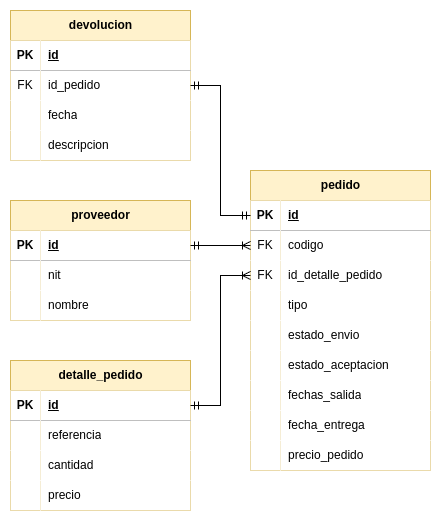
The draw.io diagram Diagramas/DB/Pedidos.png in Gilgamesh06/Ecommerce, before a commit. Source tidied: cells renumbered, new cells last; positions are measured from the earlier drawing's top-left corner, leaving out a move shared by most shapes.
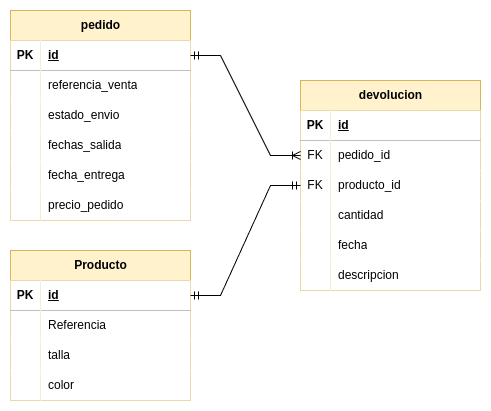
After the commit.

Change to the diagram source:
```diff
@@ -2,38 +2,8 @@
   <root>
     <mxCell id="0" />
     <mxCell id="1" parent="0" />
-    <mxCell id="2" value="proveedor" style="shape=table;startSize=30;rowLines=0;fontStyle=1;align=center;html=1;fillColor=#fff2cc;strokeColor=#d6b656;" parent="1" vertex="1">
-      <mxGeometry y="190" width="180" height="120" as="geometry" />
-    </mxCell>
-    <mxCell id="3" style="shape=tableRow;horizontal=0;startSize=0;swimlaneHead=0;swimlaneBody=0;fillColor=none;points=[[0,0.5],[1,0.5]];portConstraint=eastwest;top=0;left=0;right=0;bottom=1;" parent="2" vertex="1">
-      <mxGeometry y="30" width="180" height="30" as="geometry" />
-    </mxCell>
-    <mxCell id="4" value="PK" style="shape=partialRectangle;top=0;left=0;bottom=0;right=0;fontStyle=1;overflow=hidden;whiteSpace=wrap;html=1;" parent="3" vertex="1">
-      <mxGeometry width="30" height="30" as="geometry" />
-    </mxCell>
-    <mxCell id="5" value="id" style="shape=partialRectangle;top=0;left=0;bottom=0;right=0;align=left;spacingLeft=6;fontStyle=5;overflow=hidden;whiteSpace=wrap;html=1;" parent="3" vertex="1">
-      <mxGeometry x="30" width="150" height="30" as="geometry" />
-    </mxCell>
-    <mxCell id="6" style="shape=tableRow;horizontal=0;startSize=0;swimlaneHead=0;swimlaneBody=0;fillColor=none;top=0;left=0;right=0;bottom=0;" parent="2" vertex="1">
-      <mxGeometry y="60" width="180" height="30" as="geometry" />
-    </mxCell>
-    <mxCell id="7" style="shape=partialRectangle;top=0;left=0;bottom=0;right=0;overflow=hidden;whiteSpace=wrap;html=1;" parent="6" vertex="1">
-      <mxGeometry width="30" height="30" as="geometry" />
-    </mxCell>
-    <mxCell id="8" value="nit" style="shape=partialRectangle;top=0;left=0;bottom=0;right=0;align=left;spacingLeft=6;overflow=hidden;whiteSpace=wrap;html=1;" parent="6" vertex="1">
-      <mxGeometry x="30" width="150" height="30" as="geometry" />
-    </mxCell>
-    <mxCell id="9" style="shape=tableRow;horizontal=0;startSize=0;swimlaneHead=0;swimlaneBody=0;fillColor=none;top=0;left=0;right=0;bottom=0;" parent="2" vertex="1">
-      <mxGeometry y="90" width="180" height="30" as="geometry" />
-    </mxCell>
-    <mxCell id="10" style="shape=partialRectangle;top=0;left=0;bottom=0;right=0;overflow=hidden;whiteSpace=wrap;html=1;" parent="9" vertex="1">
-      <mxGeometry width="30" height="30" as="geometry" />
-    </mxCell>
-    <mxCell id="11" value="nombre" style="shape=partialRectangle;top=0;left=0;bottom=0;right=0;align=left;spacingLeft=6;overflow=hidden;whiteSpace=wrap;html=1;" parent="9" vertex="1">
-      <mxGeometry x="30" width="150" height="30" as="geometry" />
-    </mxCell>
     <mxCell id="12" value="pedido" style="shape=table;startSize=30;rowLines=0;fontStyle=1;align=center;html=1;fillColor=#fff2cc;strokeColor=#d6b656;" parent="1" vertex="1">
-      <mxGeometry x="240" y="160" width="180" height="300" as="geometry" />
+      <mxGeometry x="-100" y="70" width="180" height="210" as="geometry" />
     </mxCell>
     <mxCell id="13" style="shape=tableRow;horizontal=0;startSize=0;swimlaneHead=0;swimlaneBody=0;fillColor=none;points=[[0,0.5],[1,0.5]];portConstraint=eastwest;top=0;left=0;right=0;bottom=1;" parent="12" vertex="1">
       <mxGeometry y="30" width="180" height="30" as="geometry" />
@@ -47,32 +17,14 @@
     <mxCell id="16" style="shape=tableRow;horizontal=0;startSize=0;swimlaneHead=0;swimlaneBody=0;fillColor=none;points=[[0,0.5],[1,0.5]];portConstraint=eastwest;top=0;left=0;right=0;bottom=0;" parent="12" vertex="1">
       <mxGeometry y="60" width="180" height="30" as="geometry" />
     </mxCell>
-    <mxCell id="17" value="FK" style="shape=partialRectangle;top=0;left=0;bottom=0;right=0;overflow=hidden;whiteSpace=wrap;html=1;" parent="16" vertex="1">
+    <mxCell id="17" style="shape=partialRectangle;top=0;left=0;bottom=0;right=0;overflow=hidden;whiteSpace=wrap;html=1;" parent="16" vertex="1">
       <mxGeometry width="30" height="30" as="geometry" />
     </mxCell>
-    <mxCell id="18" value="codigo" style="shape=partialRectangle;top=0;left=0;bottom=0;right=0;align=left;spacingLeft=6;overflow=hidden;whiteSpace=wrap;html=1;" parent="16" vertex="1">
+    <mxCell id="18" value="referencia_venta" style="shape=partialRectangle;top=0;left=0;bottom=0;right=0;align=left;spacingLeft=6;overflow=hidden;whiteSpace=wrap;html=1;" parent="16" vertex="1">
       <mxGeometry x="30" width="150" height="30" as="geometry" />
     </mxCell>
-    <mxCell id="19" style="shape=tableRow;horizontal=0;startSize=0;swimlaneHead=0;swimlaneBody=0;fillColor=none;points=[[0,0.5],[1,0.5]];portConstraint=eastwest;top=0;left=0;right=0;bottom=0;" parent="12" vertex="1">
-      <mxGeometry y="90" width="180" height="30" as="geometry" />
-    </mxCell>
-    <mxCell id="20" value="FK" style="shape=partialRectangle;top=0;left=0;bottom=0;right=0;overflow=hidden;whiteSpace=wrap;html=1;" parent="19" vertex="1">
-      <mxGeometry width="30" height="30" as="geometry" />
-    </mxCell>
-    <mxCell id="21" value="id_detalle_pedido" style="shape=partialRectangle;top=0;left=0;bottom=0;right=0;align=left;spacingLeft=6;overflow=hidden;whiteSpace=wrap;html=1;" parent="19" vertex="1">
-      <mxGeometry x="30" width="150" height="30" as="geometry" />
-    </mxCell>
-    <mxCell id="22" style="shape=tableRow;horizontal=0;startSize=0;swimlaneHead=0;swimlaneBody=0;fillColor=none;top=0;left=0;right=0;bottom=0;" parent="12" vertex="1">
-      <mxGeometry y="120" width="180" height="30" as="geometry" />
-    </mxCell>
-    <mxCell id="23" style="shape=partialRectangle;top=0;left=0;bottom=0;right=0;overflow=hidden;whiteSpace=wrap;html=1;" parent="22" vertex="1">
-      <mxGeometry width="30" height="30" as="geometry" />
-    </mxCell>
-    <mxCell id="24" value="tipo" style="shape=partialRectangle;top=0;left=0;bottom=0;right=0;align=left;spacingLeft=6;overflow=hidden;whiteSpace=wrap;html=1;" parent="22" vertex="1">
-      <mxGeometry x="30" width="150" height="30" as="geometry" />
-    </mxCell>
     <mxCell id="25" style="shape=tableRow;horizontal=0;startSize=0;swimlaneHead=0;swimlaneBody=0;fillColor=none;top=0;left=0;right=0;bottom=0;" parent="12" vertex="1">
-      <mxGeometry y="150" width="180" height="30" as="geometry" />
+      <mxGeometry y="90" width="180" height="30" as="geometry" />
     </mxCell>
     <mxCell id="26" style="shape=partialRectangle;top=0;left=0;bottom=0;right=0;overflow=hidden;whiteSpace=wrap;html=1;" parent="25" vertex="1">
       <mxGeometry width="30" height="30" as="geometry" />
@@ -80,17 +32,8 @@
     <mxCell id="27" value="estado_envio" style="shape=partialRectangle;top=0;left=0;bottom=0;right=0;align=left;spacingLeft=6;overflow=hidden;whiteSpace=wrap;html=1;" parent="25" vertex="1">
       <mxGeometry x="30" width="150" height="30" as="geometry" />
     </mxCell>
-    <mxCell id="28" style="shape=tableRow;horizontal=0;startSize=0;swimlaneHead=0;swimlaneBody=0;fillColor=none;top=0;left=0;right=0;bottom=0;" parent="12" vertex="1">
-      <mxGeometry y="180" width="180" height="30" as="geometry" />
-    </mxCell>
-    <mxCell id="29" style="shape=partialRectangle;top=0;left=0;bottom=0;right=0;overflow=hidden;whiteSpace=wrap;html=1;" parent="28" vertex="1">
-      <mxGeometry width="30" height="30" as="geometry" />
-    </mxCell>
-    <mxCell id="30" value="estado_aceptacion" style="shape=partialRectangle;top=0;left=0;bottom=0;right=0;align=left;spacingLeft=6;overflow=hidden;whiteSpace=wrap;html=1;" parent="28" vertex="1">
-      <mxGeometry x="30" width="150" height="30" as="geometry" />
-    </mxCell>
     <mxCell id="31" style="shape=tableRow;horizontal=0;startSize=0;swimlaneHead=0;swimlaneBody=0;fillColor=none;top=0;left=0;right=0;bottom=0;" parent="12" vertex="1">
-      <mxGeometry y="210" width="180" height="30" as="geometry" />
+      <mxGeometry y="120" width="180" height="30" as="geometry" />
     </mxCell>
     <mxCell id="32" style="shape=partialRectangle;top=0;left=0;bottom=0;right=0;overflow=hidden;whiteSpace=wrap;html=1;" parent="31" vertex="1">
       <mxGeometry width="30" height="30" as="geometry" />
@@ -99,7 +42,7 @@
       <mxGeometry x="30" width="150" height="30" as="geometry" />
     </mxCell>
     <mxCell id="34" style="shape=tableRow;horizontal=0;startSize=0;swimlaneHead=0;swimlaneBody=0;fillColor=none;top=0;left=0;right=0;bottom=0;" parent="12" vertex="1">
-      <mxGeometry y="240" width="180" height="30" as="geometry" />
+      <mxGeometry y="150" width="180" height="30" as="geometry" />
     </mxCell>
     <mxCell id="35" style="shape=partialRectangle;top=0;left=0;bottom=0;right=0;overflow=hidden;whiteSpace=wrap;html=1;" parent="34" vertex="1">
       <mxGeometry width="30" height="30" as="geometry" />
@@ -108,7 +51,7 @@
       <mxGeometry x="30" width="150" height="30" as="geometry" />
     </mxCell>
     <mxCell id="37" style="shape=tableRow;horizontal=0;startSize=0;swimlaneHead=0;swimlaneBody=0;fillColor=none;top=0;left=0;right=0;bottom=0;" parent="12" vertex="1">
-      <mxGeometry y="270" width="180" height="30" as="geometry" />
+      <mxGeometry y="180" width="180" height="30" as="geometry" />
     </mxCell>
     <mxCell id="38" style="shape=partialRectangle;top=0;left=0;bottom=0;right=0;overflow=hidden;whiteSpace=wrap;html=1;" parent="37" vertex="1">
       <mxGeometry width="30" height="30" as="geometry" />
@@ -116,57 +59,8 @@
     <mxCell id="39" value="precio_pedido" style="shape=partialRectangle;top=0;left=0;bottom=0;right=0;align=left;spacingLeft=6;overflow=hidden;whiteSpace=wrap;html=1;" parent="37" vertex="1">
       <mxGeometry x="30" width="150" height="30" as="geometry" />
     </mxCell>
-    <mxCell id="40" value="detalle_pedido" style="shape=table;startSize=30;rowLines=0;fontStyle=1;align=center;html=1;fillColor=#fff2cc;strokeColor=#d6b656;" parent="1" vertex="1">
-      <mxGeometry y="350" width="180" height="150" as="geometry" />
-    </mxCell>
-    <mxCell id="41" style="shape=tableRow;horizontal=0;startSize=0;swimlaneHead=0;swimlaneBody=0;fillColor=none;points=[[0,0.5],[1,0.5]];portConstraint=eastwest;top=0;left=0;right=0;bottom=1;" parent="40" vertex="1">
-      <mxGeometry y="30" width="180" height="30" as="geometry" />
-    </mxCell>
-    <mxCell id="42" value="PK" style="shape=partialRectangle;top=0;left=0;bottom=0;right=0;fontStyle=1;overflow=hidden;whiteSpace=wrap;html=1;" parent="41" vertex="1">
-      <mxGeometry width="30" height="30" as="geometry" />
-    </mxCell>
-    <mxCell id="43" value="id" style="shape=partialRectangle;top=0;left=0;bottom=0;right=0;align=left;spacingLeft=6;fontStyle=5;overflow=hidden;whiteSpace=wrap;html=1;" parent="41" vertex="1">
-      <mxGeometry x="30" width="150" height="30" as="geometry" />
-    </mxCell>
-    <mxCell id="44" style="shape=tableRow;horizontal=0;startSize=0;swimlaneHead=0;swimlaneBody=0;fillColor=none;top=0;left=0;right=0;bottom=0;" parent="40" vertex="1">
-      <mxGeometry y="60" width="180" height="30" as="geometry" />
-    </mxCell>
-    <mxCell id="45" style="shape=partialRectangle;top=0;left=0;bottom=0;right=0;overflow=hidden;whiteSpace=wrap;html=1;" parent="44" vertex="1">
-      <mxGeometry width="30" height="30" as="geometry" />
-    </mxCell>
-    <mxCell id="46" value="referencia" style="shape=partialRectangle;top=0;left=0;bottom=0;right=0;align=left;spacingLeft=6;overflow=hidden;whiteSpace=wrap;html=1;" parent="44" vertex="1">
-      <mxGeometry x="30" width="150" height="30" as="geometry" />
-    </mxCell>
-    <mxCell id="47" style="shape=tableRow;horizontal=0;startSize=0;swimlaneHead=0;swimlaneBody=0;fillColor=none;top=0;left=0;right=0;bottom=0;" parent="40" vertex="1">
-      <mxGeometry y="90" width="180" height="30" as="geometry" />
-    </mxCell>
-    <mxCell id="48" style="shape=partialRectangle;top=0;left=0;bottom=0;right=0;overflow=hidden;whiteSpace=wrap;html=1;" parent="47" vertex="1">
-      <mxGeometry width="30" height="30" as="geometry" />
-    </mxCell>
-    <mxCell id="49" value="cantidad" style="shape=partialRectangle;top=0;left=0;bottom=0;right=0;align=left;spacingLeft=6;overflow=hidden;whiteSpace=wrap;html=1;" parent="47" vertex="1">
-      <mxGeometry x="30" width="150" height="30" as="geometry" />
-    </mxCell>
-    <mxCell id="50" style="shape=tableRow;horizontal=0;startSize=0;swimlaneHead=0;swimlaneBody=0;fillColor=none;top=0;left=0;right=0;bottom=0;" parent="40" vertex="1">
-      <mxGeometry y="120" width="180" height="30" as="geometry" />
-    </mxCell>
-    <mxCell id="51" style="shape=partialRectangle;top=0;left=0;bottom=0;right=0;overflow=hidden;whiteSpace=wrap;html=1;" parent="50" vertex="1">
-      <mxGeometry width="30" height="30" as="geometry" />
-    </mxCell>
-    <mxCell id="52" value="precio" style="shape=partialRectangle;top=0;left=0;bottom=0;right=0;align=left;spacingLeft=6;overflow=hidden;whiteSpace=wrap;html=1;" parent="50" vertex="1">
-      <mxGeometry x="30" width="150" height="30" as="geometry" />
-    </mxCell>
-    <mxCell id="53" style="edgeStyle=entityRelationEdgeStyle;fontSize=12;html=1;endArrow=ERoneToMany;startArrow=ERmandOne;rounded=0;entryX=0;entryY=0.5;entryDx=0;entryDy=0;exitX=1;exitY=0.5;exitDx=0;exitDy=0;" parent="1" edge="1" source="41" target="19">
-      <mxGeometry relative="1" as="geometry" />
-    </mxCell>
-    <mxCell id="54" style="edgeStyle=entityRelationEdgeStyle;fontSize=12;html=1;endArrow=ERoneToMany;startArrow=ERmandOne;rounded=0;entryX=0;entryY=0.5;entryDx=0;entryDy=0;exitX=1;exitY=0.5;exitDx=0;exitDy=0;" parent="1" edge="1" source="3" target="16">
-      <mxGeometry relative="1" as="geometry">
-        <Array as="points">
-          <mxPoint x="140" y="300" />
-        </Array>
-      </mxGeometry>
-    </mxCell>
     <mxCell id="55" value="devolucion" style="shape=table;startSize=30;rowLines=0;fontStyle=1;align=center;html=1;fillColor=#fff2cc;strokeColor=#d6b656;" parent="1" vertex="1">
-      <mxGeometry width="180" height="150" as="geometry" />
+      <mxGeometry x="190" y="140" width="180" height="210" as="geometry" />
     </mxCell>
     <mxCell id="56" style="shape=tableRow;horizontal=0;startSize=0;swimlaneHead=0;swimlaneBody=0;fillColor=none;top=0;left=0;right=0;bottom=1;" parent="55" vertex="1">
       <mxGeometry y="30" width="180" height="30" as="geometry" />
@@ -183,11 +77,29 @@
     <mxCell id="60" value="FK" style="shape=partialRectangle;top=0;left=0;bottom=0;right=0;overflow=hidden;whiteSpace=wrap;html=1;" parent="59" vertex="1">
       <mxGeometry width="30" height="30" as="geometry" />
     </mxCell>
-    <mxCell id="61" value="id_pedido" style="shape=partialRectangle;top=0;left=0;bottom=0;right=0;align=left;spacingLeft=6;overflow=hidden;whiteSpace=wrap;html=1;" parent="59" vertex="1">
+    <mxCell id="61" value="pedido_id" style="shape=partialRectangle;top=0;left=0;bottom=0;right=0;align=left;spacingLeft=6;overflow=hidden;whiteSpace=wrap;html=1;" parent="59" vertex="1">
       <mxGeometry x="30" width="150" height="30" as="geometry" />
     </mxCell>
+    <mxCell id="69" style="shape=tableRow;horizontal=0;startSize=0;swimlaneHead=0;swimlaneBody=0;fillColor=none;top=0;left=0;right=0;bottom=0;" parent="55" vertex="1">
+      <mxGeometry y="90" width="180" height="30" as="geometry" />
+    </mxCell>
+    <mxCell id="20" value="FK" style="shape=partialRectangle;top=0;left=0;bottom=0;right=0;overflow=hidden;whiteSpace=wrap;html=1;" parent="69" vertex="1">
+      <mxGeometry width="30" height="30" as="geometry" />
+    </mxCell>
+    <mxCell id="70" value="producto_id" style="shape=partialRectangle;top=0;left=0;bottom=0;right=0;align=left;spacingLeft=6;overflow=hidden;whiteSpace=wrap;html=1;" parent="69" vertex="1">
+      <mxGeometry x="30" width="150" height="30" as="geometry" />
+    </mxCell>
+    <mxCell id="71" style="shape=tableRow;horizontal=0;startSize=0;swimlaneHead=0;swimlaneBody=0;fillColor=none;top=0;left=0;right=0;bottom=0;" parent="55" vertex="1">
+      <mxGeometry y="120" width="180" height="30" as="geometry" />
+    </mxCell>
+    <mxCell id="72" style="shape=partialRectangle;top=0;left=0;bottom=0;right=0;overflow=hidden;whiteSpace=wrap;html=1;" parent="71" vertex="1">
+      <mxGeometry width="30" height="30" as="geometry" />
+    </mxCell>
+    <mxCell id="49" value="cantidad" style="shape=partialRectangle;top=0;left=0;bottom=0;right=0;align=left;spacingLeft=6;overflow=hidden;whiteSpace=wrap;html=1;" parent="71" vertex="1">
+      <mxGeometry x="30" width="150" height="30" as="geometry" />
+    </mxCell>
     <mxCell id="62" style="shape=tableRow;horizontal=0;startSize=0;swimlaneHead=0;swimlaneBody=0;fillColor=none;top=0;left=0;right=0;bottom=0;" parent="55" vertex="1">
-      <mxGeometry y="90" width="180" height="30" as="geometry" />
+      <mxGeometry y="150" width="180" height="30" as="geometry" />
     </mxCell>
     <mxCell id="63" style="shape=partialRectangle;top=0;left=0;bottom=0;right=0;overflow=hidden;whiteSpace=wrap;html=1;" parent="62" vertex="1">
       <mxGeometry width="30" height="30" as="geometry" />
@@ -196,7 +108,7 @@
       <mxGeometry x="30" width="150" height="30" as="geometry" />
     </mxCell>
     <mxCell id="65" style="shape=tableRow;horizontal=0;startSize=0;swimlaneHead=0;swimlaneBody=0;fillColor=none;top=0;left=0;right=0;bottom=0;" parent="55" vertex="1">
-      <mxGeometry y="120" width="180" height="30" as="geometry" />
+      <mxGeometry y="180" width="180" height="30" as="geometry" />
     </mxCell>
     <mxCell id="66" style="shape=partialRectangle;top=0;left=0;bottom=0;right=0;overflow=hidden;whiteSpace=wrap;html=1;" parent="65" vertex="1">
       <mxGeometry width="30" height="30" as="geometry" />
@@ -204,8 +116,50 @@
     <mxCell id="67" value="descripcion" style="shape=partialRectangle;top=0;left=0;bottom=0;right=0;align=left;spacingLeft=6;overflow=hidden;whiteSpace=wrap;html=1;" parent="65" vertex="1">
       <mxGeometry x="30" width="150" height="30" as="geometry" />
     </mxCell>
-    <mxCell id="68" style="edgeStyle=entityRelationEdgeStyle;fontSize=12;html=1;endArrow=ERmandOne;startArrow=ERmandOne;rounded=0;entryX=0;entryY=0.5;entryDx=0;entryDy=0;" parent="1" edge="1" source="59" target="13">
-      <mxGeometry relative="1" as="geometry" />
-    </mxCell>
+    <mxCell id="73" value="Producto" style="shape=table;startSize=30;rowLines=0;fontStyle=1;align=center;html=1;fillColor=#fff2cc;strokeColor=#d6b656;" parent="1" vertex="1">
+      <mxGeometry x="-100" y="310" width="180" height="150" as="geometry" />
+    </mxCell>
+    <mxCell id="74" style="shape=tableRow;horizontal=0;startSize=0;swimlaneHead=0;swimlaneBody=0;fillColor=none;points=[[0,0.5],[1,0.5]];portConstraint=eastwest;top=0;left=0;right=0;bottom=1;" parent="73" vertex="1">
+      <mxGeometry y="30" width="180" height="30" as="geometry" />
+    </mxCell>
+    <mxCell id="75" value="PK" style="shape=partialRectangle;fillColor=default;top=0;left=0;bottom=0;right=0;fontStyle=1;overflow=hidden;whiteSpace=wrap;html=1;" parent="74" vertex="1">
+      <mxGeometry width="30" height="30" as="geometry" />
+    </mxCell>
+    <mxCell id="76" value="id" style="shape=partialRectangle;fillColor=default;top=0;left=0;bottom=0;right=0;align=left;spacingLeft=6;fontStyle=5;overflow=hidden;whiteSpace=wrap;html=1;" parent="74" vertex="1">
+      <mxGeometry x="30" width="150" height="30" as="geometry" />
+    </mxCell>
+    <mxCell id="77" style="shape=tableRow;horizontal=0;startSize=0;swimlaneHead=0;swimlaneBody=0;fillColor=none;top=0;left=0;right=0;bottom=0;" parent="73" vertex="1">
+      <mxGeometry y="60" width="180" height="30" as="geometry" />
+    </mxCell>
+    <mxCell id="78" style="shape=partialRectangle;fillColor=default;top=0;left=0;bottom=0;right=0;overflow=hidden;whiteSpace=wrap;html=1;" parent="77" vertex="1">
+      <mxGeometry width="30" height="30" as="geometry" />
+    </mxCell>
+    <mxCell id="79" value="Referencia" style="shape=partialRectangle;fillColor=default;top=0;left=0;bottom=0;right=0;align=left;spacingLeft=6;overflow=hidden;whiteSpace=wrap;html=1;" parent="77" vertex="1">
+      <mxGeometry x="30" width="150" height="30" as="geometry" />
+    </mxCell>
+    <mxCell id="80" style="shape=tableRow;horizontal=0;startSize=0;swimlaneHead=0;swimlaneBody=0;fillColor=none;top=0;left=0;right=0;bottom=0;" parent="73" vertex="1">
+      <mxGeometry y="90" width="180" height="30" as="geometry" />
+    </mxCell>
+    <mxCell id="81" style="shape=partialRectangle;fillColor=default;top=0;left=0;bottom=0;right=0;overflow=hidden;whiteSpace=wrap;html=1;" parent="80" vertex="1">
+      <mxGeometry width="30" height="30" as="geometry" />
+    </mxCell>
+    <mxCell id="82" value="talla" style="shape=partialRectangle;fillColor=default;top=0;left=0;bottom=0;right=0;align=left;spacingLeft=6;overflow=hidden;whiteSpace=wrap;html=1;" parent="80" vertex="1">
+      <mxGeometry x="30" width="150" height="30" as="geometry" />
+    </mxCell>
+    <mxCell id="83" style="shape=tableRow;horizontal=0;startSize=0;swimlaneHead=0;swimlaneBody=0;fillColor=none;top=0;left=0;right=0;bottom=0;" parent="73" vertex="1">
+      <mxGeometry y="120" width="180" height="30" as="geometry" />
+    </mxCell>
+    <mxCell id="84" style="shape=partialRectangle;fillColor=default;top=0;left=0;bottom=0;right=0;overflow=hidden;whiteSpace=wrap;html=1;" parent="83" vertex="1">
+      <mxGeometry width="30" height="30" as="geometry" />
+    </mxCell>
+    <mxCell id="85" value="color" style="shape=partialRectangle;fillColor=default;top=0;left=0;bottom=0;right=0;align=left;spacingLeft=6;overflow=hidden;whiteSpace=wrap;html=1;" parent="83" vertex="1">
+      <mxGeometry x="30" width="150" height="30" as="geometry" />
+    </mxCell>
+    <mxCell id="86" style="edgeStyle=entityRelationEdgeStyle;fontSize=12;html=1;endArrow=ERmandOne;startArrow=ERmandOne;rounded=0;entryX=0;entryY=0.5;entryDx=0;entryDy=0;exitX=1;exitY=0.5;exitDx=0;exitDy=0;" parent="1" edge="1" source="74" target="55">
+      <mxGeometry relative="1" as="geometry" />
+    </mxCell>
+    <mxCell id="87" style="edgeStyle=entityRelationEdgeStyle;fontSize=12;html=1;endArrow=ERoneToMany;startArrow=ERmandOne;rounded=0;entryX=0;entryY=0.5;entryDx=0;entryDy=0;exitX=1;exitY=0.5;exitDx=0;exitDy=0;" parent="1" edge="1" source="13" target="59">
+      <mxGeometry relative="1" as="geometry" />
+    </mxCell>
   </root>
 </mxGraphModel>
```
